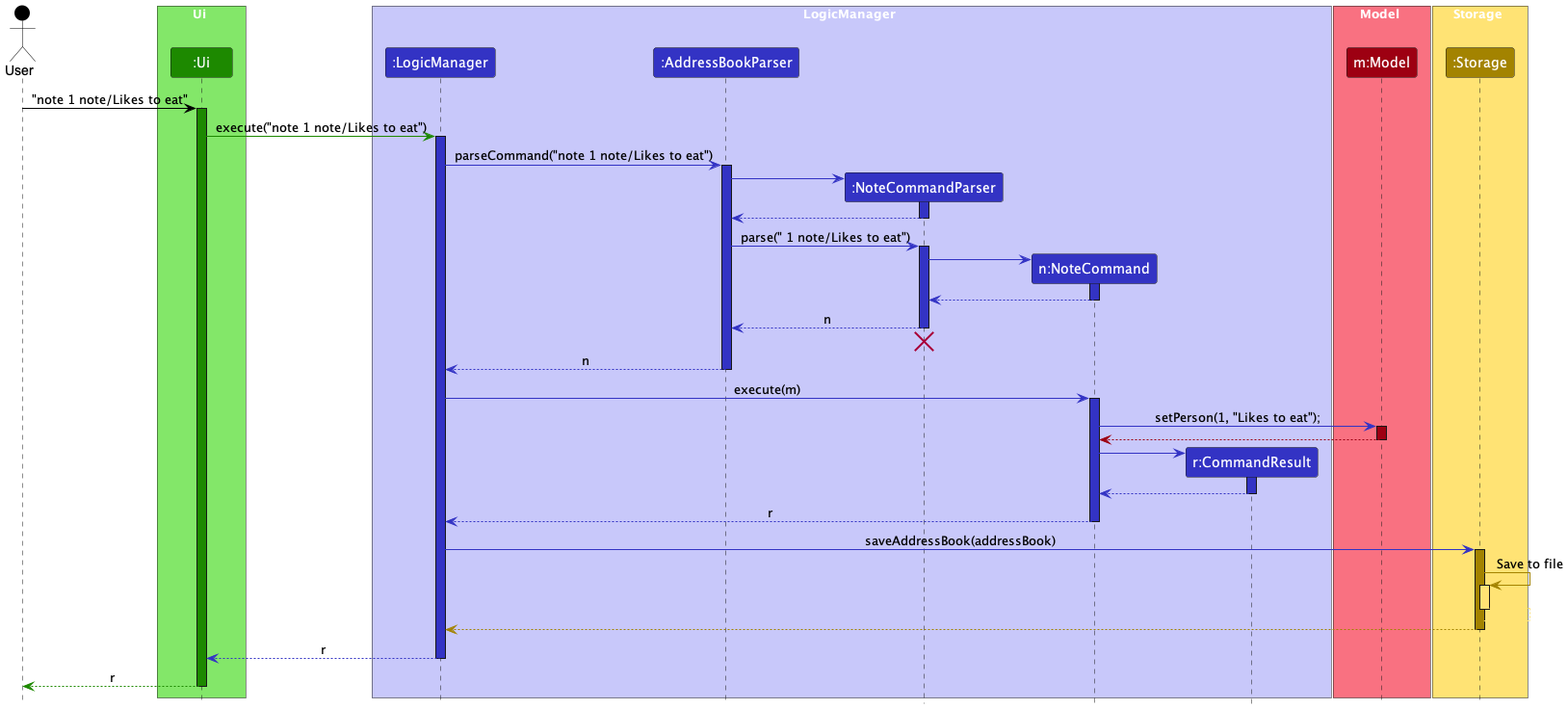
Above: docs/images/AddNoteSequenceDiagram.png in nus-cs2103-AY2324S2/tp (PlantUML), before the change.
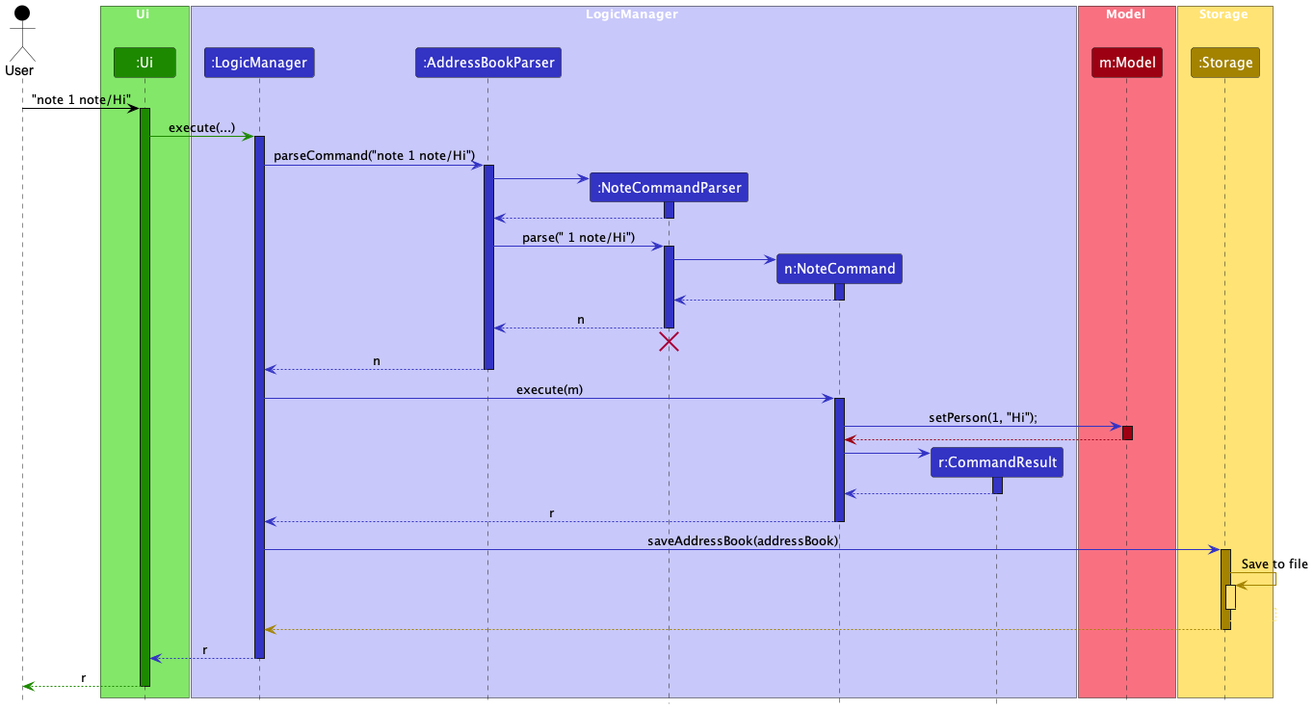
After the change.

Commit message:
Update note sequence diagram

The edit, as a diff of the source:
```diff
@@ -20,13 +20,13 @@
 participant ":Storage" as Storage STORAGE_COLOR
 end box
 
-User -[USER_COLOR]> Ui : "note 1 note/Likes to eat"
+User -[USER_COLOR]> Ui : "note 1 note/Hi"
 activate Ui UI_COLOR
 
-Ui -[UI_COLOR]> LogicManager : execute("note 1 note/Likes to eat")
+Ui -[UI_COLOR]> LogicManager : execute(...)
 activate LogicManager LOGIC_COLOR
 
-LogicManager -[LOGIC_COLOR]> AddressBookParser : parseCommand("note 1 note/Likes to eat")
+LogicManager -[LOGIC_COLOR]> AddressBookParser : parseCommand("note 1 note/Hi")
 activate AddressBookParser LOGIC_COLOR
 
 create NoteCommandParser
@@ -36,7 +36,7 @@
 NoteCommandParser --[LOGIC_COLOR]> AddressBookParser
 deactivate NoteCommandParser
 
-AddressBookParser -[LOGIC_COLOR]> NoteCommandParser : parse(" 1 note/Likes to eat")
+AddressBookParser -[LOGIC_COLOR]> NoteCommandParser : parse(" 1 note/Hi")
 activate NoteCommandParser LOGIC_COLOR
 
 create NoteCommand
@@ -57,7 +57,7 @@
 LogicManager -[LOGIC_COLOR]> NoteCommand : execute(m)
 activate NoteCommand LOGIC_COLOR
 
-NoteCommand -[LOGIC_COLOR]> Model : setPerson(1, "Likes to eat");
+NoteCommand -[LOGIC_COLOR]> Model : setPerson(1, "Hi");
 activate Model MODEL_COLOR
 
 Model --[MODEL_COLOR]> NoteCommand
```
